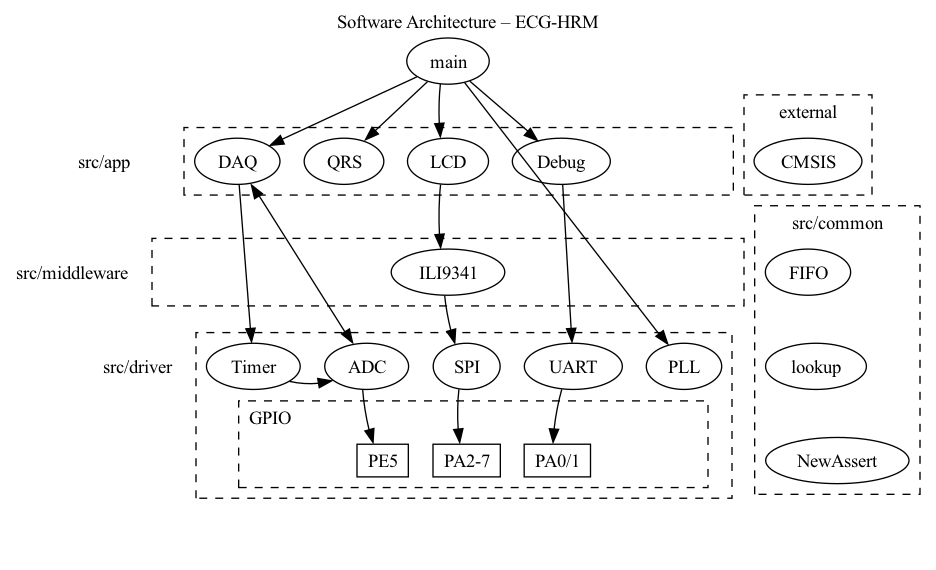
Before: docs/call.png, a diagram exported from Graphviz (bryanmcelvy/microHeartMonitor). Its source is kept beside it as docs/doxygen_files/call.dot.
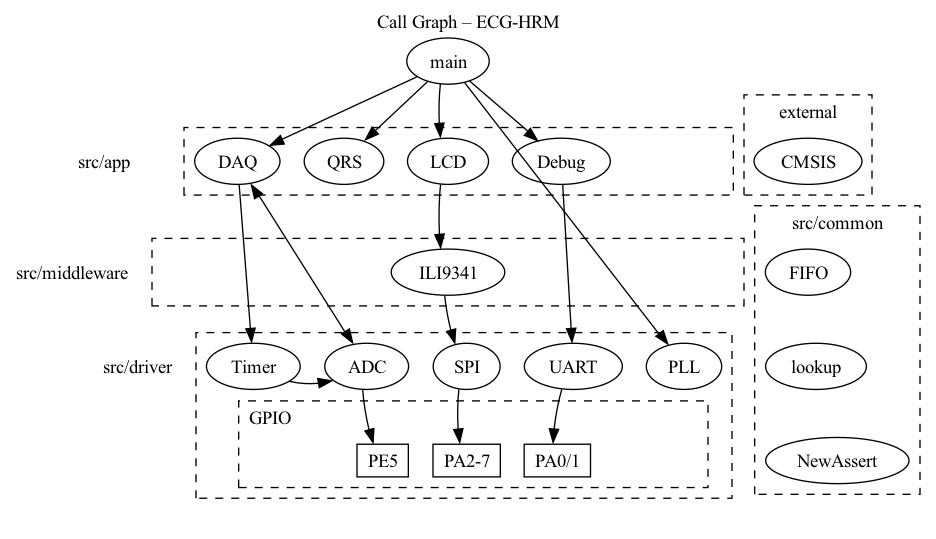
After the commit.

The edit, as a diff of the source:
```diff
@@ -1,6 +1,6 @@
 digraph {
     labelloc="t";
-    label="Software Architecture – ECG-HRM";
+    label="Call Graph – ECG-HRM";
     labeljust="c";
     newrank=true;
     node[shape=ellipse, height=0.25, width=0.5];
```
